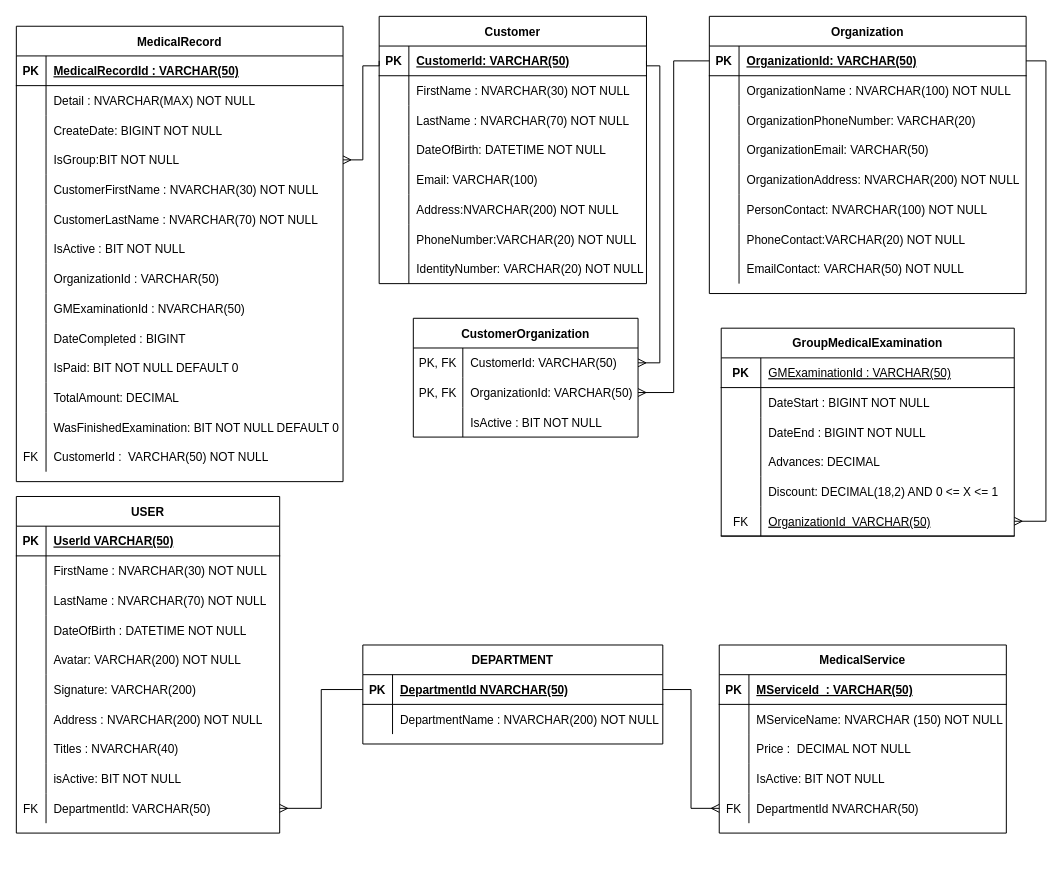
NhatTan2007/MedicalExaminationBE keeps this draw.io diagram as Prepare Schema/E-R Class.drawio. Above is the earlier version. Source tidied: cells renumbered, new cells numbered last; positions are measured from the earlier drawing's top-left corner, leaving out a move shared by most shapes. Both pictures are drawn from the tidied source at 99%, with x=0, y=0 at pixel (16, 16).
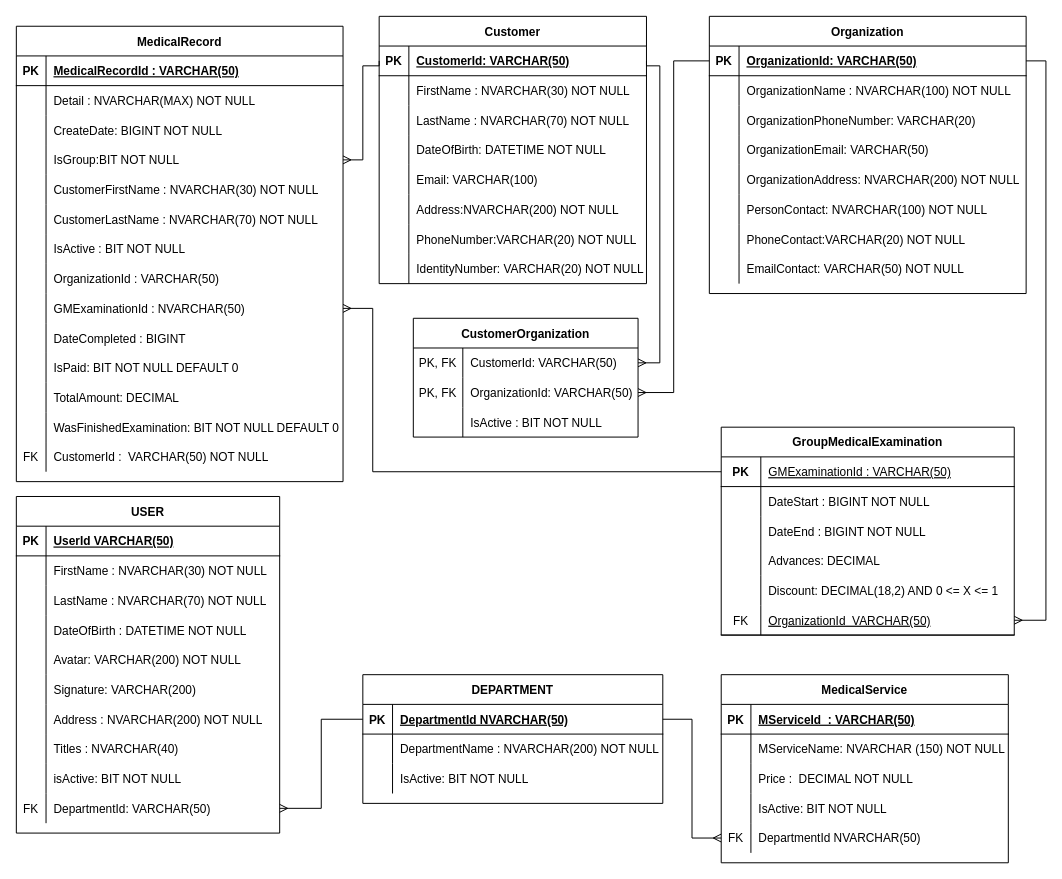
After the change.

Unchanged cells that the change refers to:
```xml
<mxCell id="3" style="shape=partialRectangle;fillColor=none;top=0;left=0;bottom=1;right=0;points=[[0,0.5],[1,0.5]];portConstraint=eastwest;" parent="2" vertex="1">
  <mxGeometry y="30" width="320" height="30" as="geometry" />
</mxCell>
<mxCell id="87" style="shape=partialRectangle;fillColor=none;top=0;left=0;bottom=0;right=0;points=[[0,0.5],[1,0.5]];portConstraint=eastwest;" parent="62" vertex="1">
  <mxGeometry y="270" width="330" height="30" as="geometry" />
</mxCell>
<mxCell id="148" style="shape=partialRectangle;fillColor=none;top=0;left=0;bottom=1;right=0;points=[[0,0.5],[1,0.5]];portConstraint=eastwest;" parent="147" vertex="1">
  <mxGeometry y="30" width="296" height="30" as="geometry" />
</mxCell>
<mxCell id="163" style="shape=partialRectangle;fillColor=none;top=0;left=0;bottom=1;right=0;points=[[0,0.5],[1,0.5]];portConstraint=eastwest;" parent="147" vertex="1">
  <mxGeometry y="180" width="296" height="30" as="geometry" />
</mxCell>
```

Diff of the diagram source:
```diff
@@
     <mxCell id="139" value="DEPARTMENT" style="shape=table;startSize=30;childLayout=tableLayout;rowLines=0;fontStyle=1;align=center;" parent="1" vertex="1">
-      <mxGeometry x="350" y="635" width="303" height="100" as="geometry" />
+      <mxGeometry x="350" y="665" width="303" height="130" as="geometry" />
     </mxCell>
@@
+    <mxCell id="184" style="shape=partialRectangle;fillColor=none;top=0;left=0;bottom=0;right=0;" parent="139" vertex="1">
+      <mxGeometry y="90" width="303" height="30" as="geometry" />
+    </mxCell>
+    <mxCell id="185" style="shape=partialRectangle;fillColor=none;top=0;left=0;bottom=0;right=0;overflow=hidden;" parent="184" vertex="1">
+      <mxGeometry width="30" height="30" as="geometry" />
+    </mxCell>
+    <mxCell id="186" value="IsActive: BIT NOT NULL" style="shape=partialRectangle;fillColor=none;top=0;left=0;bottom=0;right=0;align=left;spacingLeft=6;overflow=hidden;" parent="184" vertex="1">
+      <mxGeometry x="30" width="273" height="30" as="geometry" />
+    </mxCell>
@@
     <mxCell id="147" value="GroupMedicalExamination" style="shape=table;startSize=30;childLayout=tableLayout;rowLines=0;fontStyle=1;align=center;" parent="1" vertex="1">
-      <mxGeometry x="712" y="315" width="296" height="210" as="geometry" />
+      <mxGeometry x="712" y="415" width="296" height="210" as="geometry" />
     </mxCell>
@@
     <mxCell id="166" style="edgeStyle=orthogonalEdgeStyle;rounded=0;jettySize=auto;html=1;exitX=1;exitY=0.5;exitDx=0;exitDy=0;entryX=1;entryY=0.5;entryDx=0;entryDy=0;endArrow=ERmany;endFill=0;" parent="1" edge="1" source="3" target="163">
       <mxGeometry relative="1" as="geometry">
         <Array as="points">
           <mxPoint x="1040" y="45" />
-          <mxPoint x="1040" y="510" />
+          <mxPoint x="1040" y="610" />
         </Array>
       </mxGeometry>
     </mxCell>
     <mxCell id="167" value="MedicalService" style="shape=table;startSize=30;childLayout=tableLayout;rowLines=0;fontStyle=1;align=center;" parent="1" vertex="1">
-      <mxGeometry x="710" y="635" width="290" height="190" as="geometry" />
+      <mxGeometry x="712" y="665" width="290" height="190" as="geometry" />
     </mxCell>
@@
+    <mxCell id="187" style="edgeStyle=orthogonalEdgeStyle;rounded=0;jettySize=auto;html=1;exitX=1;exitY=0.5;exitDx=0;exitDy=0;entryX=0;entryY=0.5;entryDx=0;entryDy=0;endArrow=none;endFill=0;startArrow=ERmany;startFill=0;" parent="1" edge="1" source="87" target="148">
+      <mxGeometry relative="1" as="geometry">
+        <Array as="points">
+          <mxPoint x="360" y="295" />
+          <mxPoint x="360" y="460" />
+        </Array>
+      </mxGeometry>
+    </mxCell>
```
